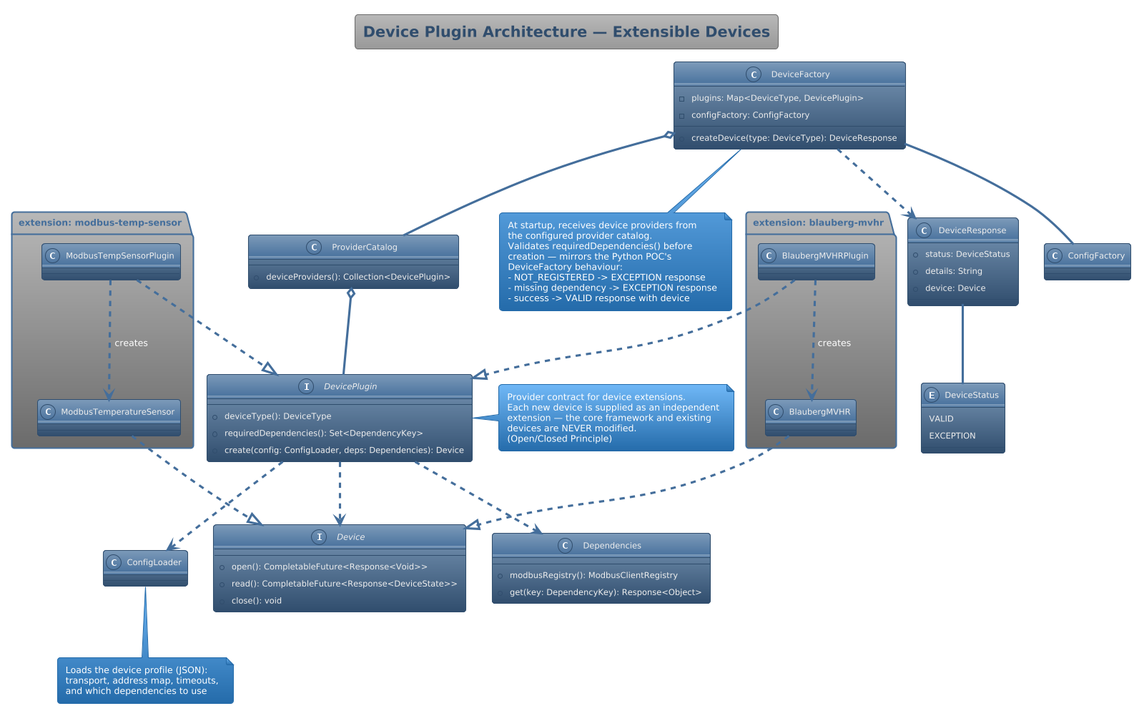
Before: designs/02 Device Plugin Architecture.png, a diagram exported from PlantUML (OODesigns/modbus-abstraction-layer).
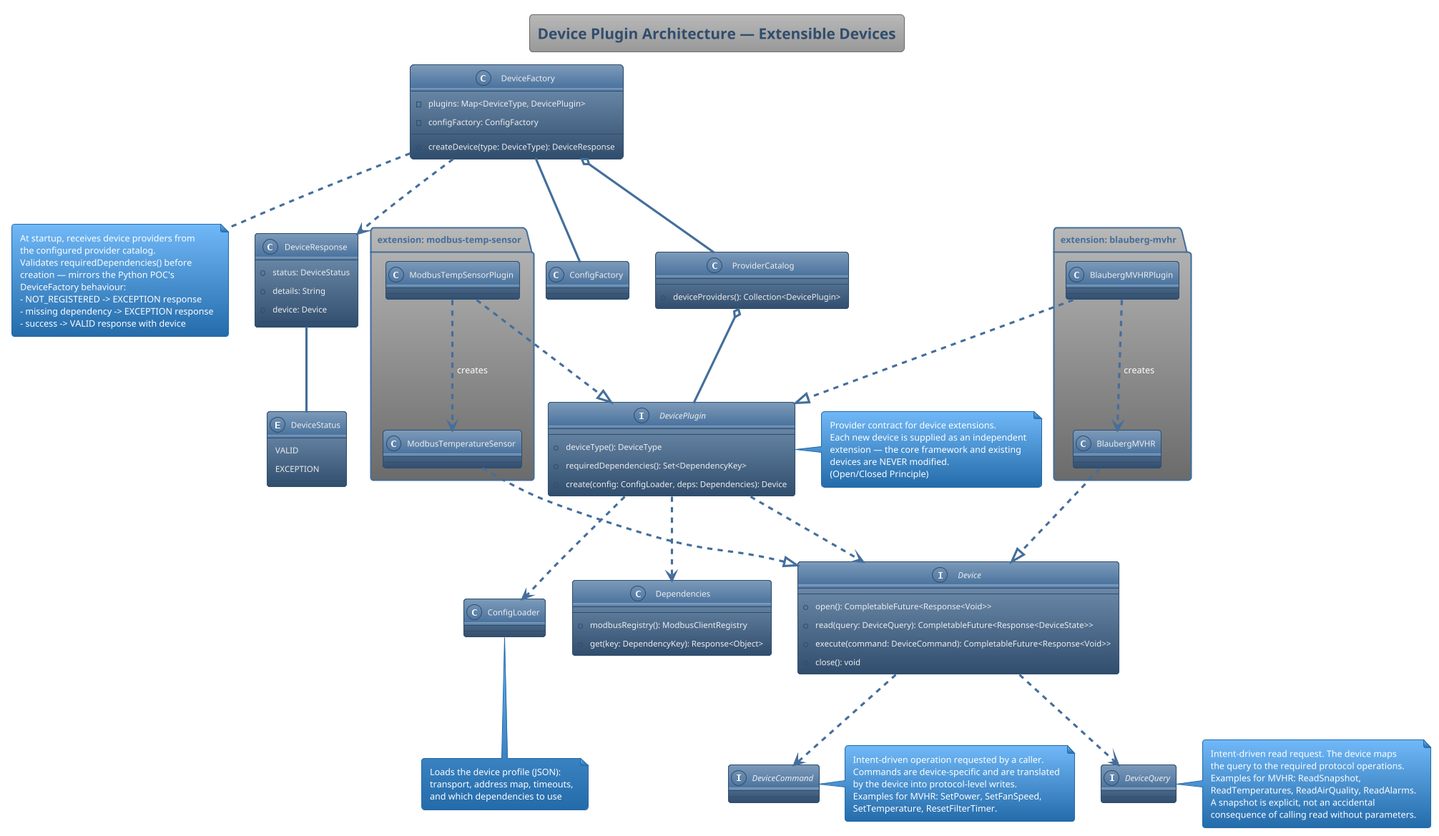
The same diagram one commit later.

Commit message:
docs: make device reads query-driven

Diff of the diagram source:
```diff
@@ -5,9 +5,29 @@
 
 interface Device {
   +open(): CompletableFuture<Response<Void>>
-  +read(): CompletableFuture<Response<DeviceState>>
+  +read(query: DeviceQuery): CompletableFuture<Response<DeviceState>>
+  +execute(command: DeviceCommand): CompletableFuture<Response<Void>>
   +close(): void
 }
+
+interface DeviceQuery
+note right of DeviceQuery
+  Intent-driven read request. The device maps
+  the query to the required protocol operations.
+  Examples for MVHR: ReadSnapshot,
+  ReadTemperatures, ReadAirQuality, ReadAlarms.
+  A snapshot is explicit, not an accidental
+  consequence of calling read without parameters.
+end note
+
+interface DeviceCommand
+note right of DeviceCommand
+  Intent-driven operation requested by a caller.
+  Commands are device-specific and are translated
+  by the device into protocol-level writes.
+  Examples for MVHR: SetPower, SetFanSpeed,
+  SetTemperature, ResetFilterTimer.
+end note
 
 interface DevicePlugin {
   +deviceType(): DeviceType
@@ -82,6 +102,8 @@
 DeviceFactory ..> DeviceResponse : returns
 DeviceResponse -- DeviceStatus
 DevicePlugin ..> Device : creates
+Device ..> DeviceCommand : accepts
+Device ..> DeviceQuery : accepts
 DevicePlugin ..> Dependencies : receives
 DevicePlugin ..> ConfigLoader : receives
 
```
